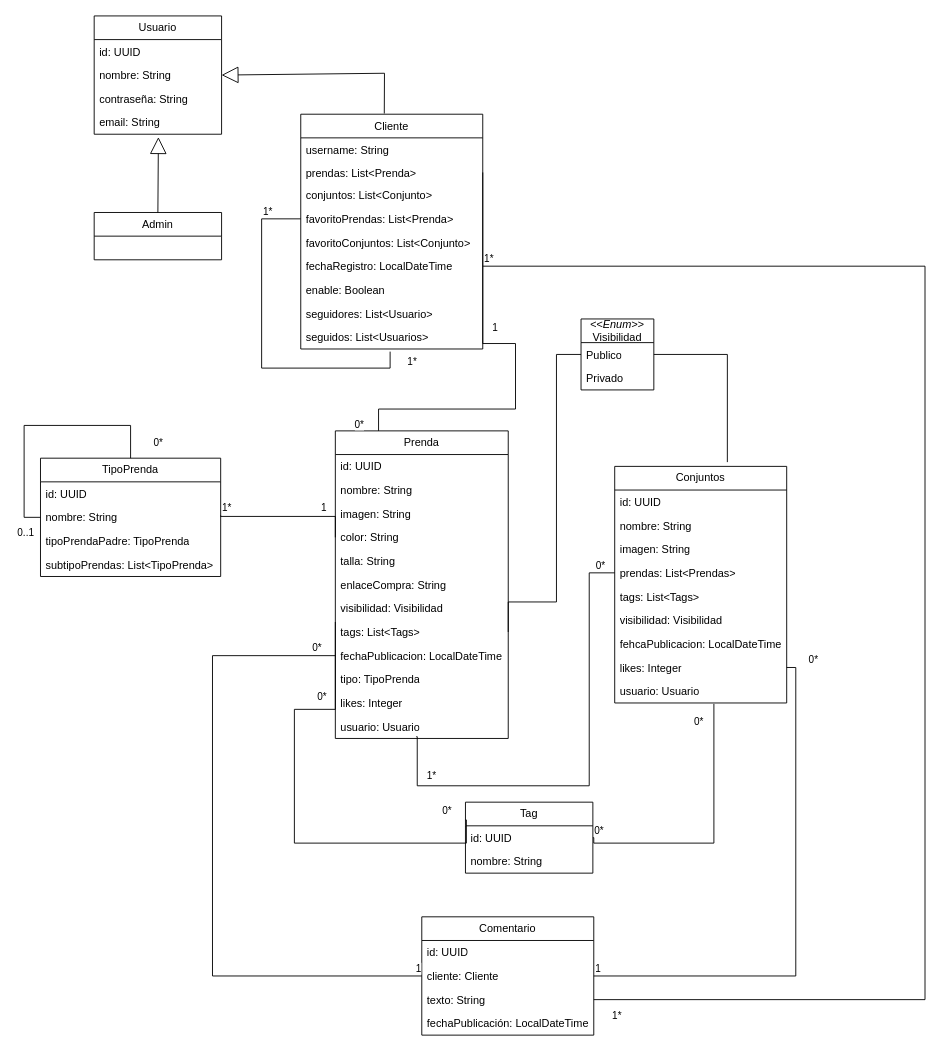
Earlier version of the draw.io diagram documentacion/ArmarioVirtual.drawio (Ayllonpat/ArmarioVirtual). Source tidied: cells renumbered, new cells numbered last; positions are measured from the earlier drawing's top-left corner, leaving out a move shared by most shapes. Both pictures are drawn from the tidied source at 91%, with x=0, y=0 at pixel (24, 15).
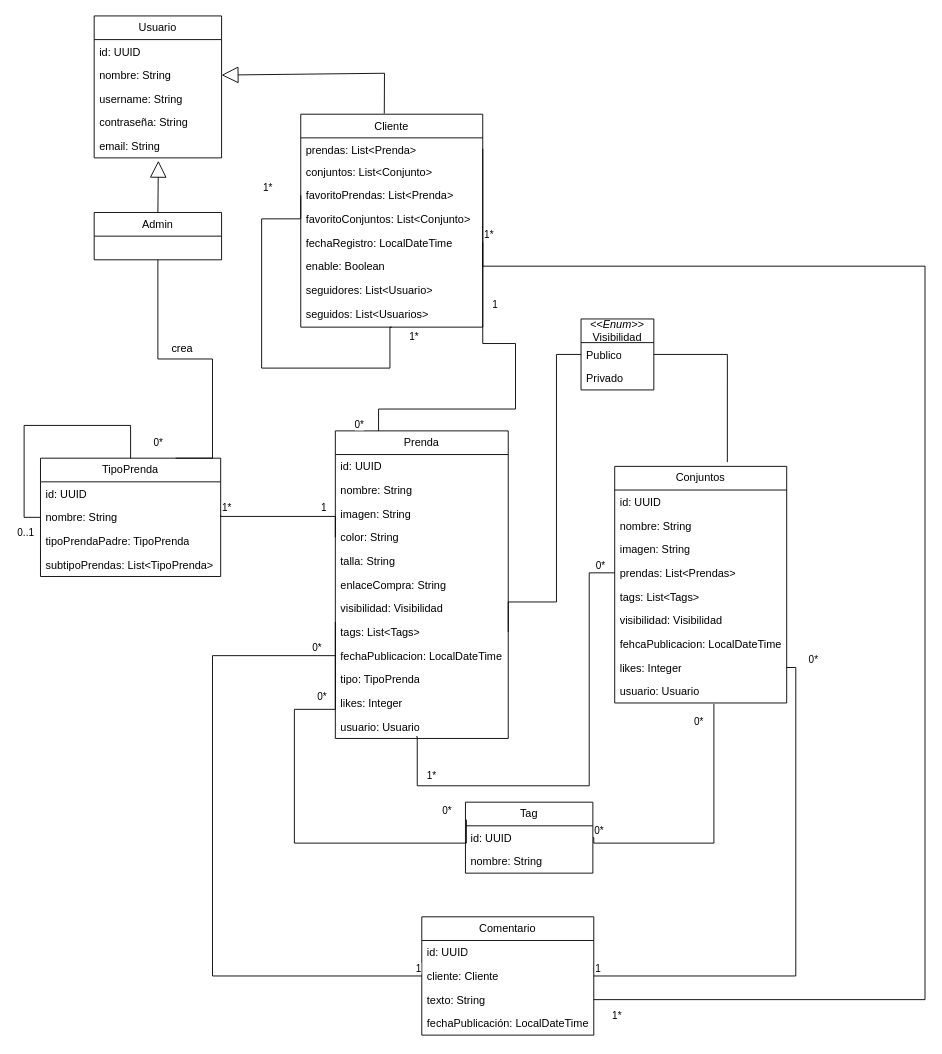
Above is the later version.

Unchanged cells that the change refers to:
```xml
<mxCell id="39" value="Admin" style="swimlane;fontStyle=0;horizontal=1;startSize=26;fillColor=none;whiteSpace=wrap;html=1;" parent="1" vertex="1">
  <mxGeometry x="77" y="216" width="140" height="52" as="geometry" />
</mxCell>
<mxCell id="66" value="TipoPrenda" style="swimlane;fontStyle=0;horizontal=1;startSize=26;fillColor=none;whiteSpace=wrap;html=1;" parent="1" vertex="1">
  <mxGeometry x="18" y="486" width="198" height="130" as="geometry" />
</mxCell>
```

Change to the diagram source:
```diff
@@
     <mxCell id="2" value="Cliente" style="swimlane;fontStyle=0;align=center;verticalAlign=top;horizontal=1;startSize=26;rounded=0;shadow=0;strokeWidth=1;" parent="1" vertex="1">
-      <mxGeometry x="304" y="108" width="200" height="258" as="geometry" />
+      <mxGeometry x="304" y="108" width="200" height="234" as="geometry" />
     </mxCell>
-    <mxCell id="3" value="username: String" style="text;align=left;verticalAlign=top;spacingLeft=4;spacingRight=4;overflow=hidden;rounded=0;shadow=0;html=0;" parent="2" vertex="1">
-      <mxGeometry y="26" width="200" height="26" as="geometry" />
-    </mxCell>
     <mxCell id="4" value="prendas: List&amp;lt;Prenda&amp;gt;" style="text;strokeColor=none;fillColor=none;align=left;verticalAlign=top;spacingLeft=4;spacingRight=4;overflow=hidden;points=[[0,0.5],[1,0.5]];portConstraint=eastwest;whiteSpace=wrap;html=1;" parent="2" vertex="1">
-      <mxGeometry y="52" width="200" height="24" as="geometry" />
+      <mxGeometry y="26" width="200" height="24" as="geometry" />
     </mxCell>
     <mxCell id="5" value="conjuntos: List&amp;lt;Conjunto&amp;gt;" style="text;strokeColor=none;fillColor=none;align=left;verticalAlign=top;spacingLeft=4;spacingRight=4;overflow=hidden;whiteSpace=wrap;html=1;" parent="2" vertex="1">
-      <mxGeometry y="76" width="200" height="26" as="geometry" />
+      <mxGeometry y="50" width="200" height="26" as="geometry" />
     </mxCell>
     <mxCell id="6" value="favoritoPrendas: List&amp;lt;Prenda&amp;gt;" style="text;strokeColor=none;fillColor=none;align=left;verticalAlign=top;spacingLeft=4;spacingRight=4;overflow=hidden;points=[[0,0.5],[1,0.5]];portConstraint=eastwest;whiteSpace=wrap;html=1;" parent="2" vertex="1">
-      <mxGeometry y="102" width="200" height="26" as="geometry" />
+      <mxGeometry y="76" width="200" height="26" as="geometry" />
     </mxCell>
     <mxCell id="7" value="favoritoConjuntos: List&amp;lt;Conjunto&amp;gt;" style="text;strokeColor=none;fillColor=none;align=left;verticalAlign=top;spacingLeft=4;spacingRight=4;overflow=hidden;whiteSpace=wrap;html=1;" parent="2" vertex="1">
-      <mxGeometry y="128" width="200" height="26" as="geometry" />
+      <mxGeometry y="102" width="200" height="26" as="geometry" />
     </mxCell>
     <mxCell id="8" value="fechaRegistro: LocalDateTime" style="text;strokeColor=none;fillColor=none;align=left;verticalAlign=top;spacingLeft=4;spacingRight=4;overflow=hidden;points=[[0,0.5],[1,0.5]];portConstraint=eastwest;whiteSpace=wrap;html=1;" parent="2" vertex="1">
-      <mxGeometry y="154" width="200" height="26" as="geometry" />
+      <mxGeometry y="128" width="200" height="26" as="geometry" />
     </mxCell>
     <mxCell id="9" value="enable: Boolean" style="text;strokeColor=none;fillColor=none;align=left;verticalAlign=top;spacingLeft=4;spacingRight=4;overflow=hidden;whiteSpace=wrap;html=1;" parent="2" vertex="1">
-      <mxGeometry y="180" width="200" height="26" as="geometry" />
+      <mxGeometry y="154" width="200" height="26" as="geometry" />
     </mxCell>
     <mxCell id="10" value="seguidores: List&amp;lt;Usuario&amp;gt;" style="text;strokeColor=none;fillColor=none;align=left;verticalAlign=top;spacingLeft=4;spacingRight=4;overflow=hidden;whiteSpace=wrap;html=1;" parent="2" vertex="1">
-      <mxGeometry y="206" width="200" height="26" as="geometry" />
+      <mxGeometry y="180" width="200" height="26" as="geometry" />
     </mxCell>
     <mxCell id="11" value="seguidos: List&amp;lt;Usuarios&amp;gt;" style="text;strokeColor=none;fillColor=none;align=left;verticalAlign=top;spacingLeft=4;spacingRight=4;overflow=hidden;points=[[0,0.5],[1,0.5]];portConstraint=eastwest;whiteSpace=wrap;html=1;" parent="2" vertex="1">
-      <mxGeometry y="232" width="200" height="26" as="geometry" />
+      <mxGeometry y="206" width="200" height="26" as="geometry" />
     </mxCell>
-    <mxCell id="12" style="endArrow=none;html=1;edgeStyle=orthogonalEdgeStyle;rounded=0;entryX=0.491;entryY=1.112;entryDx=0;entryDy=0;entryPerimeter=0;exitX=0;exitY=0.5;exitDx=0;exitDy=0;" parent="2" edge="1" source="6" target="11">
+    <mxCell id="12" style="endArrow=none;html=1;edgeStyle=orthogonalEdgeStyle;rounded=0;exitX=0;exitY=0.5;exitDx=0;exitDy=0;entryX=0.5;entryY=1;entryDx=0;entryDy=0;" parent="2" edge="1" source="6" target="2">
       <mxGeometry relative="1" as="geometry">
         <Array as="points">
+          <mxPoint y="115" />
           <mxPoint x="-43" y="115" />
           <mxPoint x="-43" y="279" />
           <mxPoint x="98" y="279" />
+          <mxPoint x="98" y="234" />
         </Array>
       </mxGeometry>
     </mxCell>
@@
     <mxCell id="34" value="Usuario" style="swimlane;fontStyle=0;horizontal=1;startSize=26;fillColor=none;whiteSpace=wrap;html=1;" parent="1" vertex="1">
-      <mxGeometry x="77" width="140" height="130" as="geometry" />
+      <mxGeometry x="77" width="140" height="156" as="geometry" />
     </mxCell>
@@
+    <mxCell id="3" value="username: String" style="text;align=left;verticalAlign=top;spacingLeft=4;spacingRight=4;overflow=hidden;rounded=0;shadow=0;html=0;" parent="34" vertex="1">
+      <mxGeometry y="78" width="140" height="26" as="geometry" />
+    </mxCell>
     <mxCell id="37" value="contraseña: String" style="text;strokeColor=none;fillColor=none;align=left;verticalAlign=top;spacingLeft=4;spacingRight=4;overflow=hidden;whiteSpace=wrap;html=1;" parent="34" vertex="1">
-      <mxGeometry y="78" width="140" height="26" as="geometry" />
+      <mxGeometry y="104" width="140" height="26" as="geometry" />
     </mxCell>
     <mxCell id="38" value="email: String" style="text;strokeColor=none;fillColor=none;align=left;verticalAlign=top;spacingLeft=4;spacingRight=4;overflow=hidden;points=[[0,0.5],[1,0.5]];portConstraint=eastwest;whiteSpace=wrap;html=1;" parent="34" vertex="1">
-      <mxGeometry y="104" width="140" height="26" as="geometry" />
+      <mxGeometry y="130" width="140" height="26" as="geometry" />
     </mxCell>
@@
+    <mxCell id="91" style="endArrow=none;html=1;edgeStyle=orthogonalEdgeStyle;rounded=0;exitX=0.5;exitY=1;exitDx=0;exitDy=0;entryX=0.75;entryY=0;entryDx=0;entryDy=0;" parent="1" edge="1" source="39" target="66">
+      <mxGeometry relative="1" as="geometry">
+        <Array as="points">
+          <mxPoint x="147" y="377" />
+          <mxPoint x="207" y="377" />
+          <mxPoint x="207" y="486" />
+        </Array>
+      </mxGeometry>
+    </mxCell>
+    <mxCell id="92" value="crea" style="text;html=1;align=center;verticalAlign=middle;whiteSpace=wrap;rounded=0;" parent="1" vertex="1">
+      <mxGeometry x="144" y="351" width="60" height="30" as="geometry" />
+    </mxCell>
```
